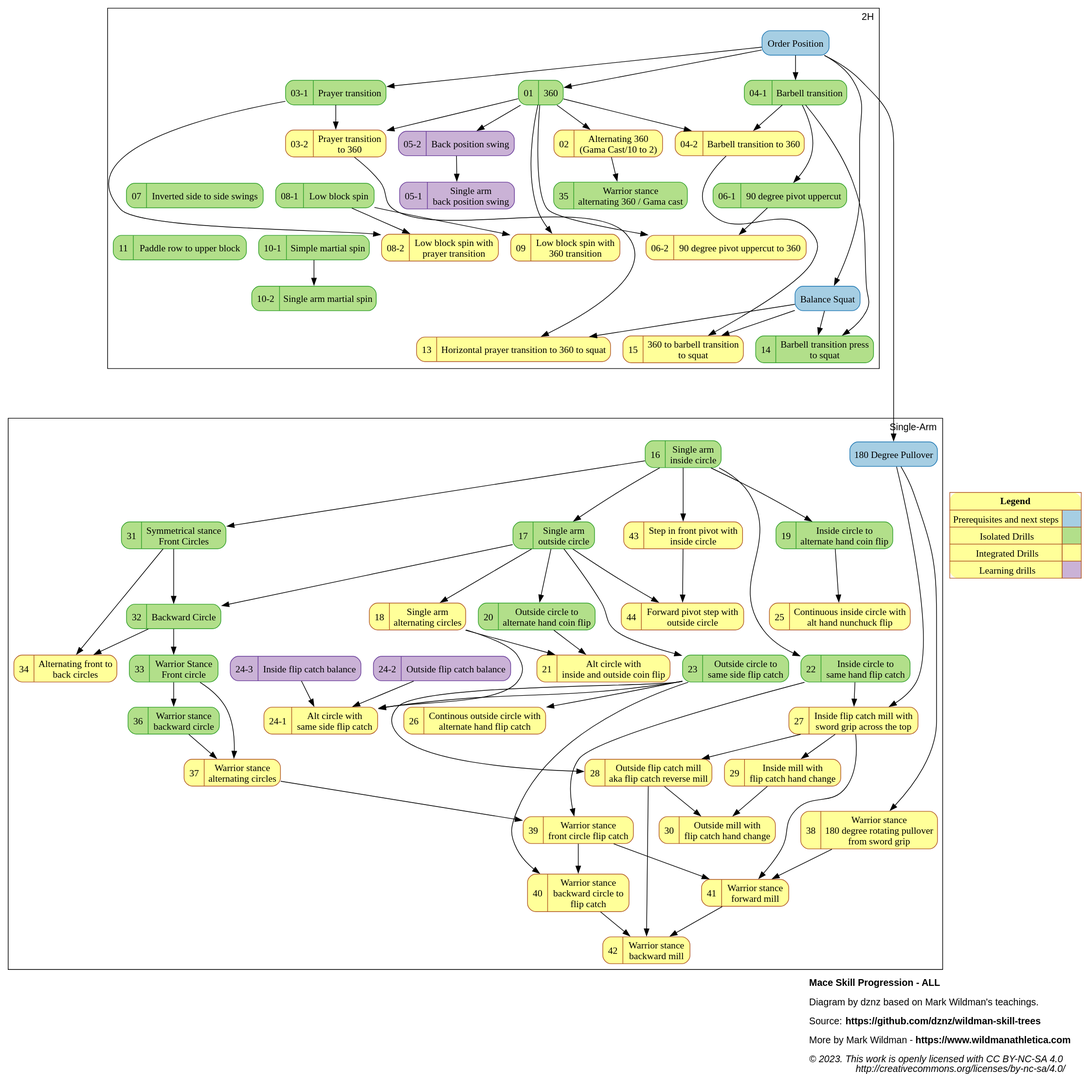
Above: dist/mace_progression_ALL.svg in dznz/wildman-skill-trees (PlantUML), before the change. Its source is kept beside it as src/mace/mace_progression_ALL.puml.
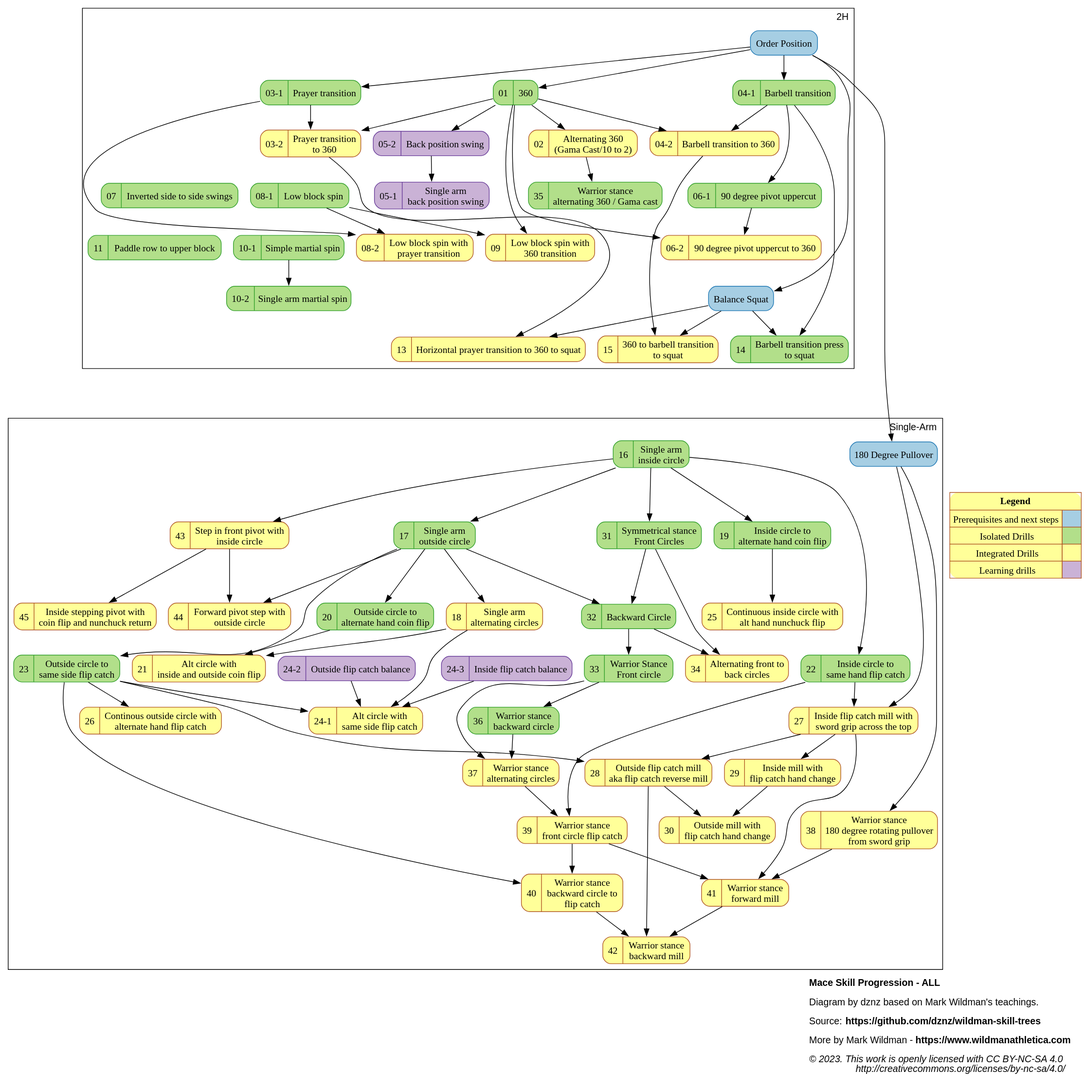
After the commit.

Commit message:
feat(mace_progression): add M-45

Start to cluster the step-in-front-pivot movements together.

The edit, as a diff of the source:
```diff
@@ -94,7 +94,8 @@
 mov_42_warbwdmill             [label="{{42  |Warrior stance\nbackward mill}}"                                 URL="https://www.youtube.com/watch?v=HaQqkf-cSHE" ];
 mov_43_sifpivotwincircle      [label="{{43  |Step in front pivot with\ninside circle}}"                       URL="https://www.youtube.com/watch?v=i2Zj4t-uIB8" ];
 
-mov_44_sifpivotwoutcircle     [label="{{44  |Forward pivot step with\noutside circle}}"       URL="https://www.youtube.com/watch?v=VqW8JavN1g4" ];
+mov_44_sifpivotwoutcircle     [label="{{44  |Forward pivot step with\noutside circle}}"                   URL="https://www.youtube.com/watch?v=VqW8JavN1g4" ];
+mov_45_sifpivotwflip          [label="{{45  |Inside stepping pivot with\ncoin flip and nunchuck return}}" URL="https://www.youtube.com/watch?v=vU-BHGVejhs" ];
 
 // LAYOUT HACKS
 
@@ -157,8 +158,13 @@
     mov_27_inflip180pull -> mov_41_warfwdmill
     mov_28_outflipmill -> mov_42_warbwdmill
 
-    mov_16_saincircle -> mov_43_sifpivotwincircle -> mov_44_sifpivotwoutcircle
+    mov_16_saincircle -> mov_43_sifpivotwincircle
     mov_17_saoutcircle -> mov_44_sifpivotwoutcircle
+    subgraph custer_sifpivot {
+      label="Step in front pivot"
+      mov_43_sifpivotwincircle -> mov_44_sifpivotwoutcircle
+      mov_43_sifpivotwincircle -> mov_45_sifpivotwflip
+    }
 
     {rank=same; ext_180pull; mov_16_saincircle}
     {rank=same; mov_17_saoutcircle; mov_19_incircle2altcoin}
```
